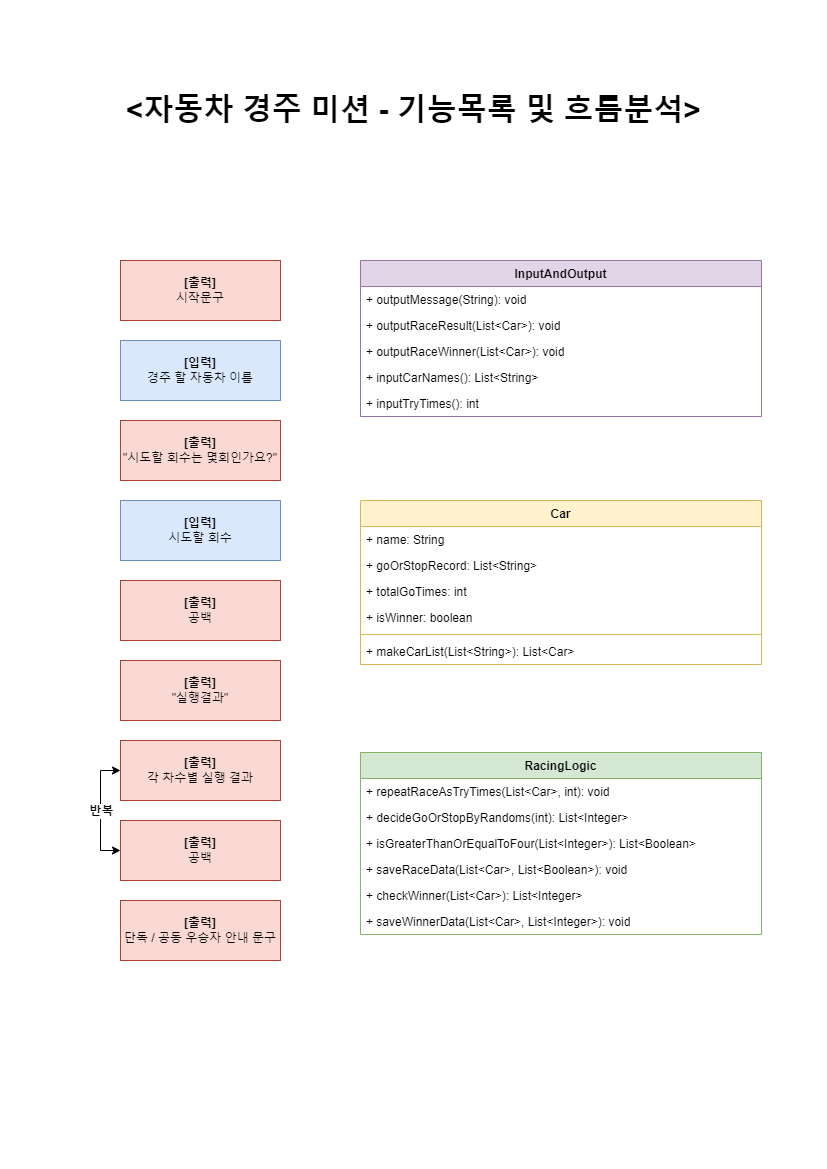
woowacourse-precourse/java-racingcar-6 keeps this draw.io diagram as docs/자동차 경주 미션 - 기능목록 및 흐름분석.png. Above is the earlier version. Source tidied: cells renumbered, new cells last; positions are measured from the earlier drawing's top-left corner, leaving out a move shared by most shapes.
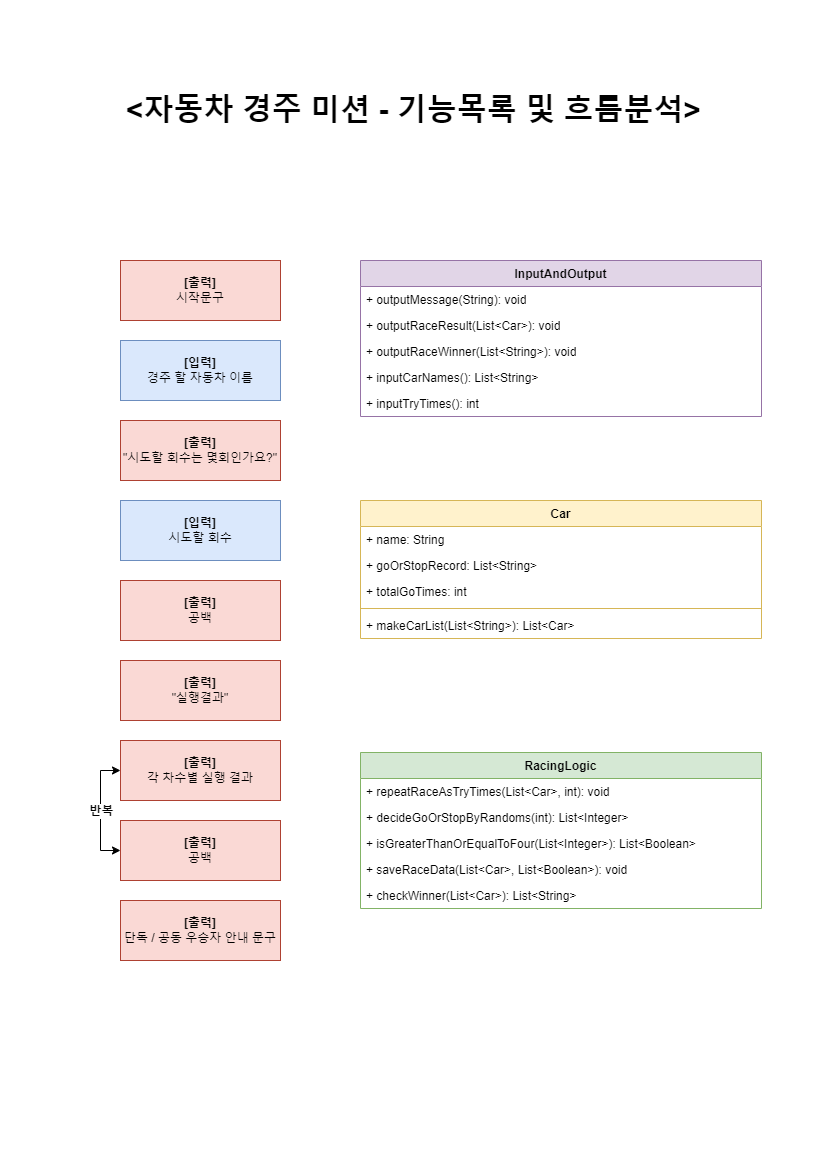
After the commit.

The edit, as a diff of the source:
```diff
@@ -51,7 +51,7 @@
     <mxCell id="15" value="+ outputRaceResult(List&amp;lt;Car&amp;gt;): void" style="text;strokeColor=none;fillColor=none;align=left;verticalAlign=top;spacingLeft=4;spacingRight=4;overflow=hidden;whiteSpace=wrap;html=1;" parent="13" vertex="1">
       <mxGeometry y="52" width="401" height="26" as="geometry" />
     </mxCell>
-    <mxCell id="16" value="+ outputRaceWinner(List&amp;lt;Car&amp;gt;): void" style="text;strokeColor=none;fillColor=none;align=left;verticalAlign=top;spacingLeft=4;spacingRight=4;overflow=hidden;whiteSpace=wrap;html=1;" parent="13" vertex="1">
+    <mxCell id="16" value="+ outputRaceWinner(List&amp;lt;String&amp;gt;): void" style="text;strokeColor=none;fillColor=none;align=left;verticalAlign=top;spacingLeft=4;spacingRight=4;overflow=hidden;whiteSpace=wrap;html=1;" parent="13" vertex="1">
       <mxGeometry y="78" width="401" height="26" as="geometry" />
     </mxCell>
     <mxCell id="17" value="+ inputCarNames(): List&amp;lt;String&amp;gt;" style="text;strokeColor=none;fillColor=none;align=left;verticalAlign=top;spacingLeft=4;spacingRight=4;overflow=hidden;whiteSpace=wrap;html=1;" parent="13" vertex="1">
@@ -61,7 +61,7 @@
       <mxGeometry y="130" width="401" height="26" as="geometry" />
     </mxCell>
     <mxCell id="19" value="Car" style="swimlane;fontStyle=1;align=center;verticalAlign=top;horizontal=1;startSize=26;whiteSpace=wrap;html=1;fillColor=#fff2cc;strokeColor=#d6b656;swimlaneFillColor=default;" parent="1" vertex="1">
-      <mxGeometry x="262" y="431" width="401" height="164" as="geometry" />
+      <mxGeometry x="262" y="431" width="401" height="138" as="geometry" />
     </mxCell>
     <mxCell id="20" value="+ name: String" style="text;strokeColor=none;fillColor=none;align=left;verticalAlign=top;spacingLeft=4;spacingRight=4;overflow=hidden;whiteSpace=wrap;html=1;" parent="19" vertex="1">
       <mxGeometry y="26" width="401" height="26" as="geometry" />
@@ -72,17 +72,14 @@
     <mxCell id="22" value="+ totalGoTimes: int" style="text;strokeColor=none;fillColor=none;align=left;verticalAlign=top;spacingLeft=4;spacingRight=4;overflow=hidden;whiteSpace=wrap;html=1;" parent="19" vertex="1">
       <mxGeometry y="78" width="401" height="26" as="geometry" />
     </mxCell>
-    <mxCell id="23" value="+ isWinner: boolean" style="text;strokeColor=none;fillColor=none;align=left;verticalAlign=top;spacingLeft=4;spacingRight=4;overflow=hidden;whiteSpace=wrap;html=1;" parent="19" vertex="1">
-      <mxGeometry y="104" width="401" height="26" as="geometry" />
-    </mxCell>
     <mxCell id="24" style="line;strokeWidth=1;fillColor=none;align=left;verticalAlign=middle;spacingTop=-1;spacingLeft=3;spacingRight=3;labelPosition=right;strokeColor=inherit;" parent="19" vertex="1">
-      <mxGeometry y="130" width="401" height="8" as="geometry" />
+      <mxGeometry y="104" width="401" height="8" as="geometry" />
     </mxCell>
     <mxCell id="25" value="+ makeCarList(List&amp;lt;String&amp;gt;): List&amp;lt;Car&amp;gt;" style="text;strokeColor=none;fillColor=none;align=left;verticalAlign=top;spacingLeft=4;spacingRight=4;overflow=hidden;whiteSpace=wrap;html=1;" parent="19" vertex="1">
-      <mxGeometry y="138" width="401" height="26" as="geometry" />
+      <mxGeometry y="112" width="401" height="26" as="geometry" />
     </mxCell>
     <mxCell id="26" value="RacingLogic" style="swimlane;fontStyle=1;align=center;verticalAlign=top;horizontal=1;startSize=26;whiteSpace=wrap;html=1;fillColor=#d5e8d4;strokeColor=#82b366;swimlaneFillColor=default;" parent="1" vertex="1">
-      <mxGeometry x="262" y="683" width="401" height="182" as="geometry" />
+      <mxGeometry x="262" y="683" width="401" height="156" as="geometry" />
     </mxCell>
     <mxCell id="27" value="+ repeatRaceAsTryTimes(List&amp;lt;Car&amp;gt;, int): void" style="text;strokeColor=none;fillColor=none;align=left;verticalAlign=top;spacingLeft=4;spacingRight=4;overflow=hidden;whiteSpace=wrap;html=1;" parent="26" vertex="1">
       <mxGeometry y="26" width="401" height="26" as="geometry" />
@@ -96,12 +93,9 @@
     <mxCell id="30" value="+ saveRaceData(List&amp;lt;Car&amp;gt;, List&amp;lt;Boolean&amp;gt;): void" style="text;strokeColor=none;fillColor=none;align=left;verticalAlign=top;spacingLeft=4;spacingRight=4;overflow=hidden;whiteSpace=wrap;html=1;" parent="26" vertex="1">
       <mxGeometry y="104" width="401" height="26" as="geometry" />
     </mxCell>
-    <mxCell id="31" value="+ checkWinner(List&amp;lt;Car&amp;gt;): List&amp;lt;Integer&amp;gt;" style="text;strokeColor=none;fillColor=none;align=left;verticalAlign=top;spacingLeft=4;spacingRight=4;overflow=hidden;whiteSpace=wrap;html=1;" parent="26" vertex="1">
+    <mxCell id="31" value="+ checkWinner(List&amp;lt;Car&amp;gt;): List&amp;lt;String&amp;gt;" style="text;strokeColor=none;fillColor=none;align=left;verticalAlign=top;spacingLeft=4;spacingRight=4;overflow=hidden;whiteSpace=wrap;html=1;" parent="26" vertex="1">
       <mxGeometry y="130" width="401" height="26" as="geometry" />
     </mxCell>
-    <mxCell id="32" value="+ saveWinnerData(List&amp;lt;Car&amp;gt;, List&amp;lt;Integer&amp;gt;): void" style="text;strokeColor=none;fillColor=none;align=left;verticalAlign=top;spacingLeft=4;spacingRight=4;overflow=hidden;whiteSpace=wrap;html=1;" parent="26" vertex="1">
-      <mxGeometry y="156" width="401" height="26" as="geometry" />
-    </mxCell>
     <mxCell id="33" value="&lt;font size=&quot;1&quot; style=&quot;&quot;&gt;&lt;b style=&quot;font-size: 30px;&quot;&gt;&amp;lt;자동차 경주 미션 - 기능목록 및 흐름분석&amp;gt;&lt;/b&gt;&lt;/font&gt;" style="text;html=1;align=center;verticalAlign=middle;whiteSpace=wrap;rounded=0;fillColor=default;" parent="1" vertex="1">
       <mxGeometry width="631" height="80" as="geometry" />
     </mxCell>
```
